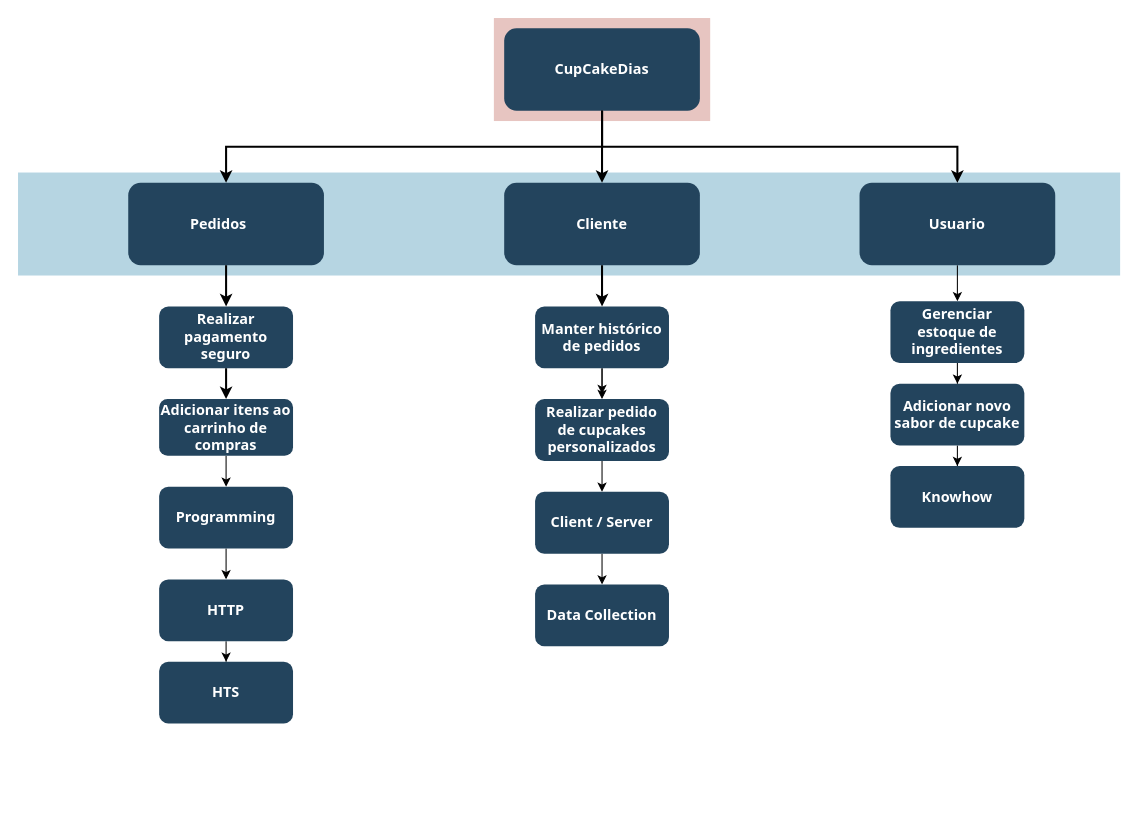
This is JoaoDiasDev/affinity-storys-cupcakedias.drawio from JoaoDiasDev/ResourcesGeralParaProjetos, a draw.io file, before an edit. Source tidied: cells renumbered, new cells numbered last; positions are measured from the earlier drawing's top-left corner, leaving out a move shared by most shapes. Both pictures are drawn from the tidied source at 103%, with x=0, y=0 at pixel (18, 18).
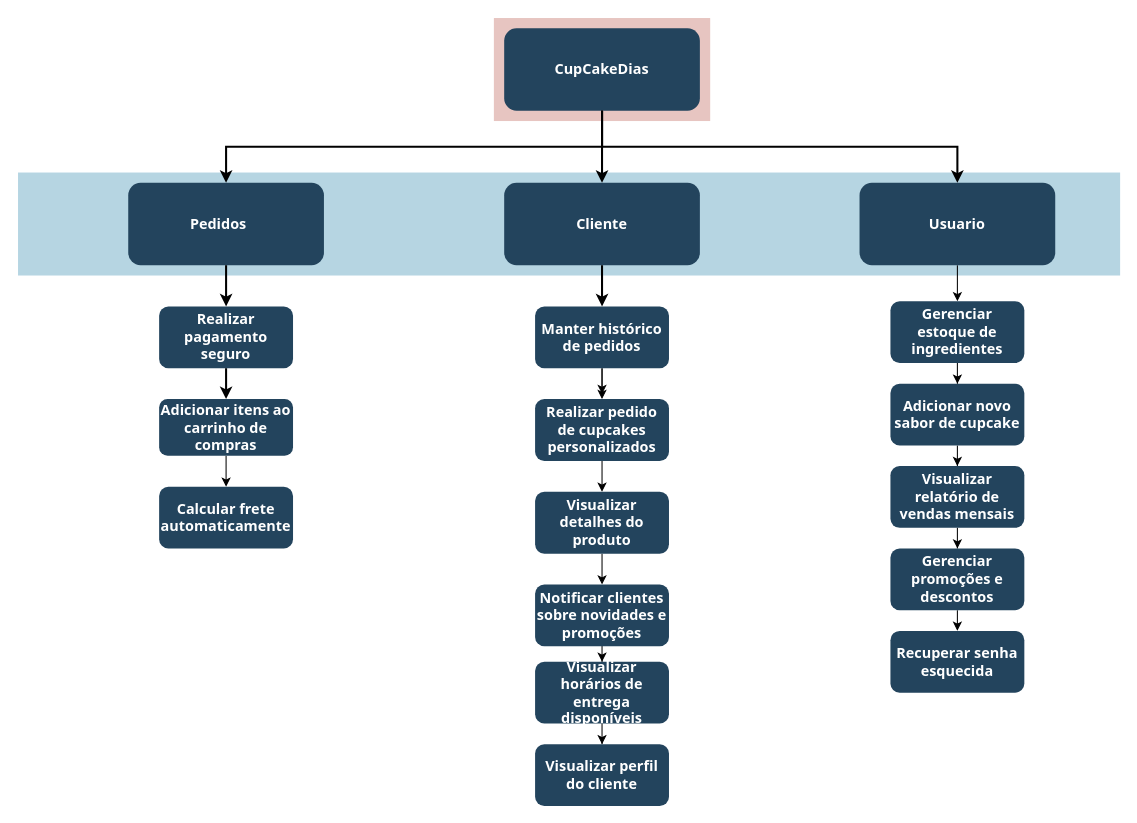
Above is the later version.

Change to the diagram source:
```diff
@@
-    <mxCell id="13" style="edgeStyle=orthogonalEdgeStyle;rounded=0;jettySize=auto;html=1;entryX=0.5;entryY=0;entryDx=0;entryDy=0;" parent="1" edge="1" source="14" target="16">
-      <mxGeometry relative="1" as="geometry" />
-    </mxCell>
-    <mxCell id="14" value="Programming" style="rounded=1;fillColor=#23445D;gradientColor=none;strokeColor=none;fontColor=#FFFFFF;fontStyle=1;fontFamily=Tahoma;fontSize=14;whiteSpace=wrap;html=1;" parent="1" vertex="1">
+    <mxCell id="14" value="Calcular frete automaticamente" style="rounded=1;fillColor=#23445D;gradientColor=none;strokeColor=none;fontColor=#FFFFFF;fontStyle=1;fontFamily=Tahoma;fontSize=14;whiteSpace=wrap;html=1;" parent="1" vertex="1">
       <mxGeometry x="137" y="455" width="130" height="60" as="geometry" />
     </mxCell>
-    <mxCell id="15" style="edgeStyle=orthogonalEdgeStyle;rounded=0;jettySize=auto;html=1;" parent="1" edge="1" source="16" target="17">
-      <mxGeometry relative="1" as="geometry" />
-    </mxCell>
-    <mxCell id="16" value="HTTP" style="rounded=1;fillColor=#23445D;gradientColor=none;strokeColor=none;fontColor=#FFFFFF;fontStyle=1;fontFamily=Tahoma;fontSize=14;whiteSpace=wrap;html=1;" parent="1" vertex="1">
-      <mxGeometry x="137" y="545" width="130" height="60" as="geometry" />
-    </mxCell>
-    <mxCell id="17" value="HTS" style="rounded=1;fillColor=#23445D;gradientColor=none;strokeColor=none;fontColor=#FFFFFF;fontStyle=1;fontFamily=Tahoma;fontSize=14;whiteSpace=wrap;html=1;" parent="1" vertex="1">
-      <mxGeometry x="137" y="625" width="130" height="60" as="geometry" />
-    </mxCell>
@@
-    <mxCell id="24" value="Client / Server" style="rounded=1;fillColor=#23445D;gradientColor=none;strokeColor=none;fontColor=#FFFFFF;fontStyle=1;fontFamily=Tahoma;fontSize=14;whiteSpace=wrap;html=1;" parent="1" vertex="1">
+    <mxCell id="24" value="Visualizar detalhes do produto" style="rounded=1;fillColor=#23445D;gradientColor=none;strokeColor=none;fontColor=#FFFFFF;fontStyle=1;fontFamily=Tahoma;fontSize=14;whiteSpace=wrap;html=1;" parent="1" vertex="1">
       <mxGeometry x="502" y="460" width="130" height="60" as="geometry" />
     </mxCell>
+    <mxCell id="36" style="edgeStyle=orthogonalEdgeStyle;rounded=0;jettySize=auto;html=1;" parent="1" edge="1" source="25" target="41">
+      <mxGeometry relative="1" as="geometry" />
+    </mxCell>
-    <mxCell id="25" value="Data Collection" style="rounded=1;fillColor=#23445D;gradientColor=none;strokeColor=none;fontColor=#FFFFFF;fontStyle=1;fontFamily=Tahoma;fontSize=14;whiteSpace=wrap;html=1;" parent="1" vertex="1">
+    <mxCell id="25" value="Notificar clientes sobre novidades e promoções" style="rounded=1;fillColor=#23445D;gradientColor=none;strokeColor=none;fontColor=#FFFFFF;fontStyle=1;fontFamily=Tahoma;fontSize=14;whiteSpace=wrap;html=1;" parent="1" vertex="1">
       <mxGeometry x="502" y="550" width="130" height="60" as="geometry" />
     </mxCell>
@@
+    <mxCell id="37" style="edgeStyle=orthogonalEdgeStyle;rounded=0;jettySize=auto;html=1;entryX=0.5;entryY=0;entryDx=0;entryDy=0;" parent="1" edge="1" source="28" target="39">
+      <mxGeometry relative="1" as="geometry" />
+    </mxCell>
-    <mxCell id="28" value="Knowhow" style="rounded=1;fillColor=#23445D;gradientColor=none;strokeColor=none;fontColor=#FFFFFF;fontStyle=1;fontFamily=Tahoma;fontSize=14;whiteSpace=wrap;html=1;" parent="1" vertex="1">
+    <mxCell id="28" value="Visualizar relatório de vendas mensais" style="rounded=1;fillColor=#23445D;gradientColor=none;strokeColor=none;fontColor=#FFFFFF;fontStyle=1;fontFamily=Tahoma;fontSize=14;whiteSpace=wrap;html=1;" parent="1" vertex="1">
       <mxGeometry x="847" y="435" width="130" height="60" as="geometry" />
     </mxCell>
@@
+    <mxCell id="38" style="edgeStyle=orthogonalEdgeStyle;rounded=0;jettySize=auto;html=1;" parent="1" edge="1" source="39">
+      <mxGeometry relative="1" as="geometry">
+        <mxPoint x="912" y="595" as="targetPoint" />
+      </mxGeometry>
+    </mxCell>
+    <mxCell id="39" value="Gerenciar promoções e descontos" style="rounded=1;fillColor=#23445D;gradientColor=none;strokeColor=none;fontColor=#FFFFFF;fontStyle=1;fontFamily=Tahoma;fontSize=14;whiteSpace=wrap;html=1;" parent="1" vertex="1">
+      <mxGeometry x="847" y="515" width="130" height="60" as="geometry" />
+    </mxCell>
+    <mxCell id="40" style="edgeStyle=orthogonalEdgeStyle;rounded=0;jettySize=auto;html=1;" parent="1" edge="1" source="41" target="43">
+      <mxGeometry relative="1" as="geometry" />
+    </mxCell>
+    <mxCell id="41" value="Visualizar horários de entrega disponíveis" style="rounded=1;fillColor=#23445D;gradientColor=none;strokeColor=none;fontColor=#FFFFFF;fontStyle=1;fontFamily=Tahoma;fontSize=14;whiteSpace=wrap;html=1;" parent="1" vertex="1">
+      <mxGeometry x="502" y="625" width="130" height="60" as="geometry" />
+    </mxCell>
+    <mxCell id="42" value="Recuperar senha esquecida" style="rounded=1;fillColor=#23445D;gradientColor=none;strokeColor=none;fontColor=#FFFFFF;fontStyle=1;fontFamily=Tahoma;fontSize=14;whiteSpace=wrap;html=1;" parent="1" vertex="1">
+      <mxGeometry x="847" y="595" width="130" height="60" as="geometry" />
+    </mxCell>
+    <mxCell id="43" value="Visualizar perfil do cliente" style="rounded=1;fillColor=#23445D;gradientColor=none;strokeColor=none;fontColor=#FFFFFF;fontStyle=1;fontFamily=Tahoma;fontSize=14;whiteSpace=wrap;html=1;" parent="1" vertex="1">
+      <mxGeometry x="502" y="705" width="130" height="60" as="geometry" />
+    </mxCell>
```
